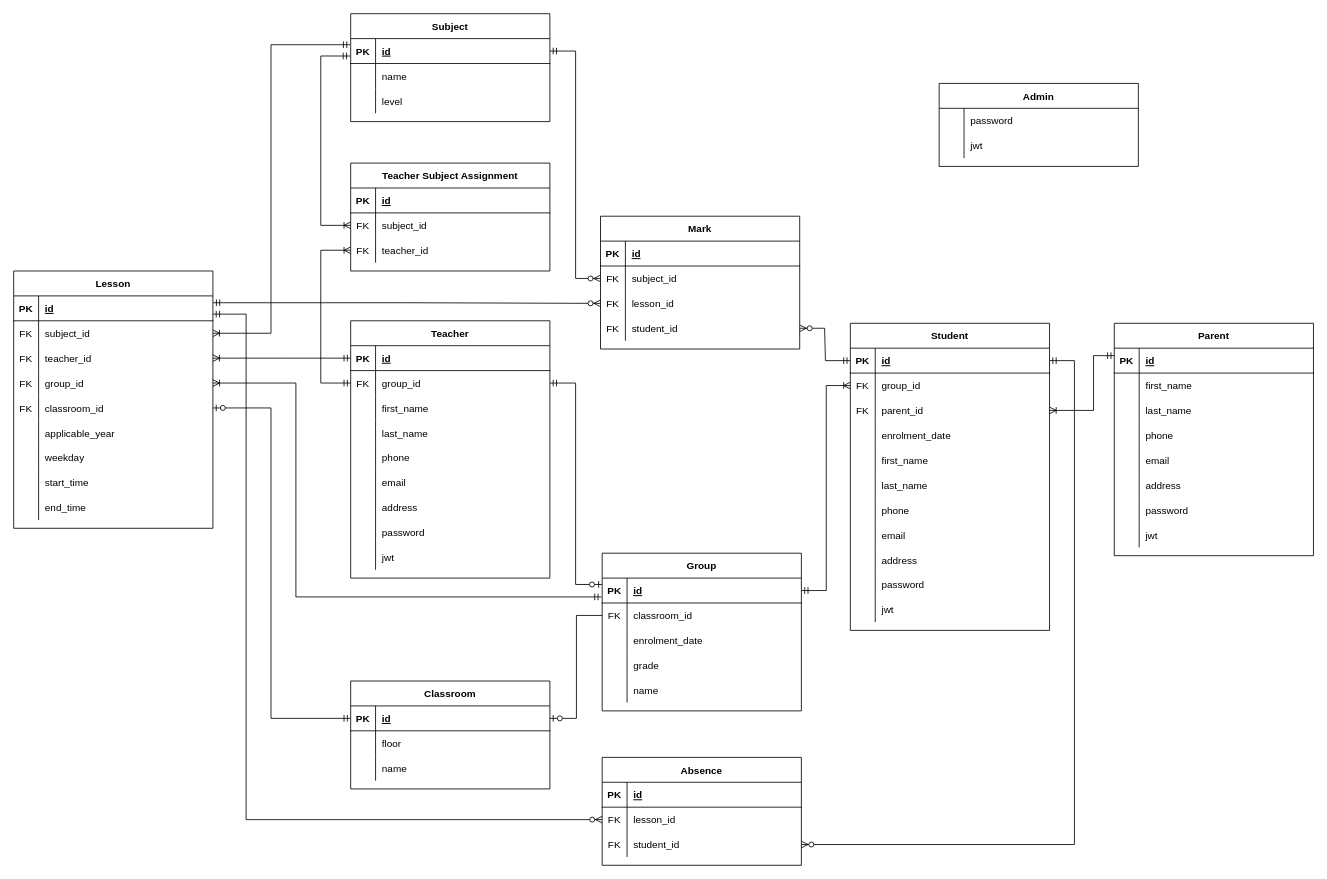
Above: Diagrams/High School DB ERD Diagram.drawio.xml in Gherasim-Andrei-Albert/High-School-App (draw.io), before the change. Source tidied: cells renumbered, new cells numbered last; positions are measured from the earlier drawing's top-left corner, leaving out a move shared by most shapes. Both pictures are drawn from the tidied source at 83%, with x=0, y=0 at pixel (13, 13).
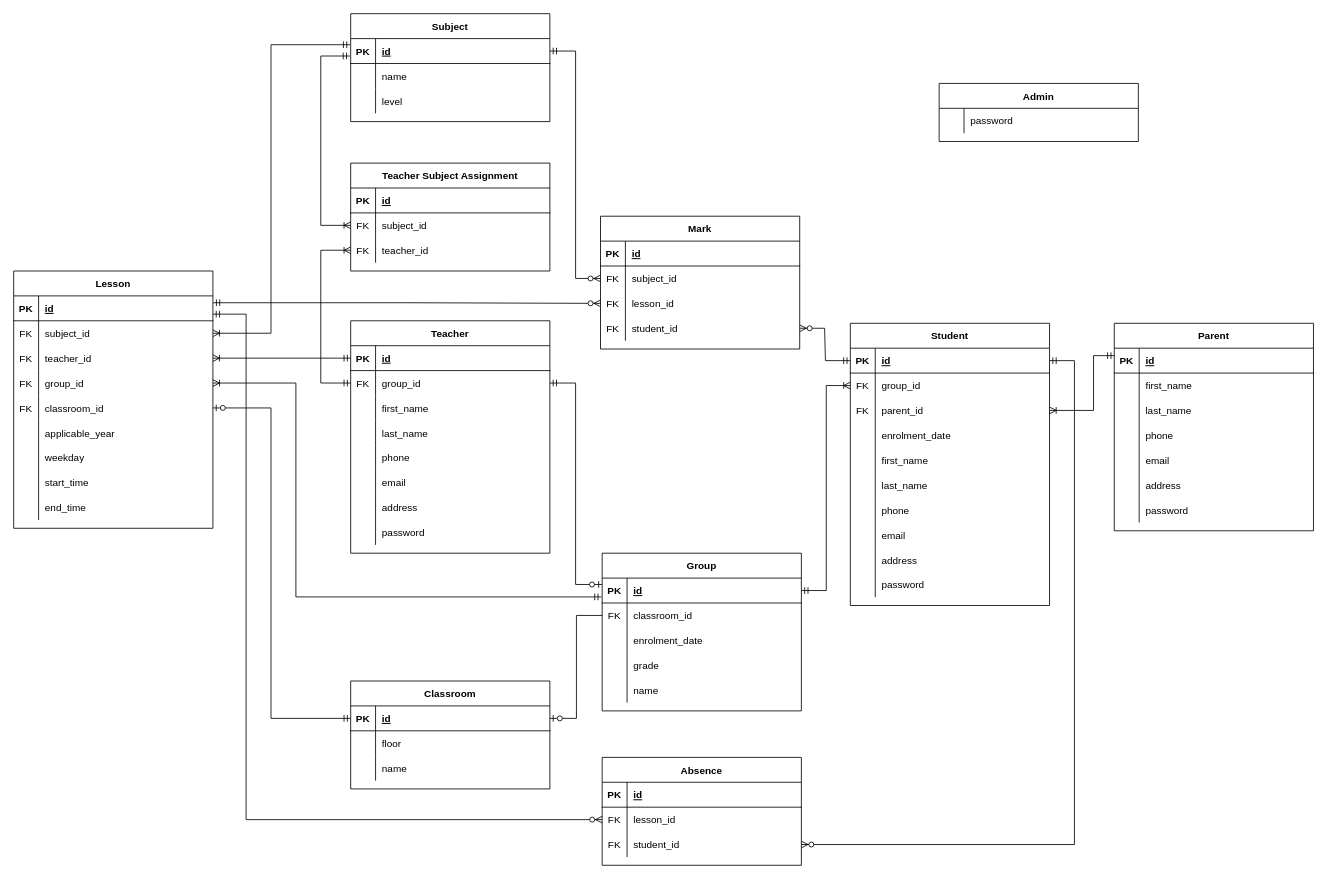
Above is the later version.

Commit message (it also covers changes not shown here):
removed jwt fields from diagram

The edit, as a diff of the source:
```diff
@@
     <mxCell id="2" value="Teacher" style="shape=table;startSize=30;childLayout=tableLayout;rowLines=0;fontStyle=1;align=center;" parent="1" vertex="1">
-      <mxGeometry x="406" y="370" width="240" height="310" as="geometry" />
+      <mxGeometry x="406" y="370" width="240" height="280" as="geometry" />
     </mxCell>
@@
-    <mxCell id="27" style="shape=partialRectangle;fillColor=none;top=0;left=0;right=0;bottom=0;" parent="2" vertex="1">
-      <mxGeometry y="270" width="240" height="30" as="geometry" />
-    </mxCell>
-    <mxCell id="28" style="shape=partialRectangle;overflow=hidden;fillColor=none;top=0;left=0;bottom=0;right=0;" parent="27" vertex="1">
-      <mxGeometry width="30" height="30" as="geometry" />
-    </mxCell>
-    <mxCell id="29" value="jwt" style="shape=partialRectangle;overflow=hidden;fillColor=none;top=0;left=0;bottom=0;right=0;align=left;spacingLeft=6;" parent="27" vertex="1">
-      <mxGeometry x="30" width="210" height="30" as="geometry" />
-    </mxCell>
     <mxCell id="30" value="Student" style="shape=table;startSize=30;childLayout=tableLayout;rowLines=0;fontStyle=1;align=center;" parent="1" vertex="1">
-      <mxGeometry x="1008" y="373" width="240" height="370" as="geometry" />
+      <mxGeometry x="1008" y="373" width="240" height="340" as="geometry" />
     </mxCell>
@@
-    <mxCell id="61" style="shape=partialRectangle;fillColor=none;top=0;left=0;right=0;bottom=0;" parent="30" vertex="1">
-      <mxGeometry y="330" width="240" height="30" as="geometry" />
-    </mxCell>
-    <mxCell id="62" style="shape=partialRectangle;overflow=hidden;fillColor=none;top=0;left=0;bottom=0;right=0;" parent="61" vertex="1">
-      <mxGeometry width="30" height="30" as="geometry" />
-    </mxCell>
-    <mxCell id="63" value="jwt" style="shape=partialRectangle;overflow=hidden;fillColor=none;top=0;left=0;bottom=0;right=0;align=left;spacingLeft=6;" parent="61" vertex="1">
-      <mxGeometry x="30" width="210" height="30" as="geometry" />
-    </mxCell>
@@
     <mxCell id="118" value="Parent" style="shape=table;startSize=30;childLayout=tableLayout;rowLines=0;fontStyle=1;align=center;" parent="1" vertex="1">
-      <mxGeometry x="1326" y="373" width="240" height="280" as="geometry" />
+      <mxGeometry x="1326" y="373" width="240" height="250" as="geometry" />
     </mxCell>
@@
-    <mxCell id="140" style="shape=partialRectangle;fillColor=none;top=0;left=0;right=0;bottom=0;" parent="118" vertex="1">
-      <mxGeometry y="240" width="240" height="30" as="geometry" />
-    </mxCell>
-    <mxCell id="141" style="shape=partialRectangle;overflow=hidden;fillColor=none;top=0;left=0;bottom=0;right=0;" parent="140" vertex="1">
-      <mxGeometry width="30" height="30" as="geometry" />
-    </mxCell>
-    <mxCell id="142" value="jwt" style="shape=partialRectangle;overflow=hidden;fillColor=none;top=0;left=0;bottom=0;right=0;align=left;spacingLeft=6;" parent="140" vertex="1">
-      <mxGeometry x="30" width="210" height="30" as="geometry" />
-    </mxCell>
@@
     <mxCell id="201" value="Admin" style="shape=table;startSize=30;childLayout=tableLayout;rowLines=0;fontStyle=1;align=center;" parent="1" vertex="1">
-      <mxGeometry x="1115" y="84" width="240" height="100" as="geometry" />
+      <mxGeometry x="1115" y="84" width="240" height="70" as="geometry" />
     </mxCell>
@@
-    <mxCell id="205" style="shape=partialRectangle;fillColor=none;top=0;left=0;right=0;bottom=0;" parent="201" vertex="1">
-      <mxGeometry y="60" width="240" height="30" as="geometry" />
-    </mxCell>
-    <mxCell id="206" style="shape=partialRectangle;overflow=hidden;fillColor=none;top=0;left=0;bottom=0;right=0;" parent="205" vertex="1">
-      <mxGeometry width="30" height="30" as="geometry" />
-    </mxCell>
-    <mxCell id="207" value="jwt" style="shape=partialRectangle;overflow=hidden;fillColor=none;top=0;left=0;bottom=0;right=0;align=left;spacingLeft=6;" parent="205" vertex="1">
-      <mxGeometry x="30" width="210" height="30" as="geometry" />
-    </mxCell>
```
